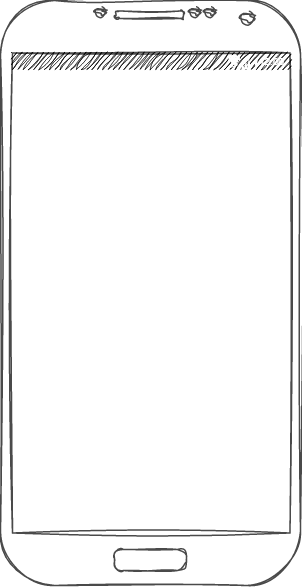
Before: wirefram app your angels garden.png, a diagram exported from draw.io (realpotatobean/appdiagramKMS). Source tidied: cells renumbered, new cells last; positions are measured from the earlier drawing's top-left corner, leaving out a move shared by most shapes.
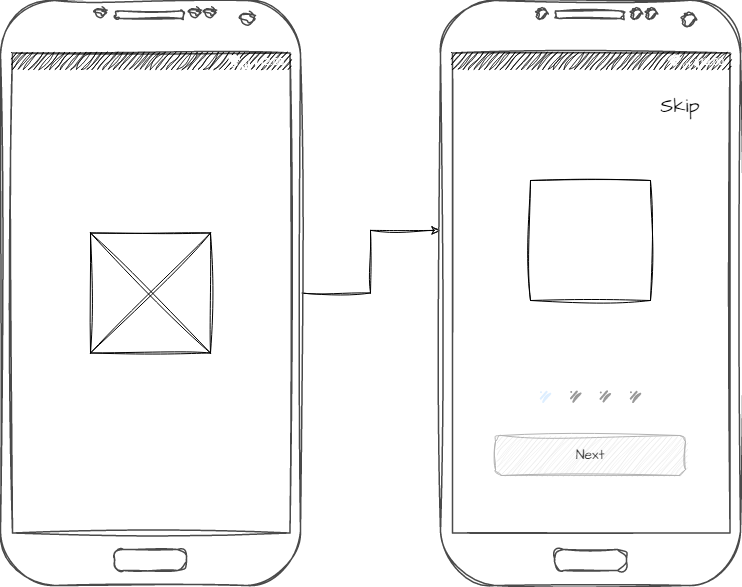
Later version of the same file.

The edit, as a diff of the source:
```diff
@@ -2,11 +2,43 @@
   <root>
     <mxCell id="0" />
     <mxCell id="1" parent="0" />
+    <mxCell id="4" style="edgeStyle=orthogonalEdgeStyle;rounded=0;sketch=1;hachureGap=4;jiggle=2;curveFitting=1;jettySize=auto;html=1;entryX=-0.001;entryY=0.393;entryDx=0;entryDy=0;entryPerimeter=0;fontFamily=Architects Daughter;fontSource=https%3A%2F%2Ffonts.googleapis.com%2Fcss%3Ffamily%3DArchitects%2BDaughter;fontSize=16;" parent="1" edge="1" source="2" target="5">
+      <mxGeometry relative="1" as="geometry" />
+    </mxCell>
     <mxCell id="2" style="verticalLabelPosition=bottom;verticalAlign=top;html=1;shadow=0;dashed=0;strokeWidth=1.5;shape=mxgraph.android.phone2;strokeColor=#4A4A4A;sketch=1;curveFitting=1;jiggle=2;" parent="1" vertex="1">
       <mxGeometry width="300" height="585" as="geometry" />
     </mxCell>
     <mxCell id="3" style="strokeWidth=1;html=1;shadow=0;dashed=0;shape=mxgraph.android.statusBar;align=center;fillColor=#000000;strokeColor=#ffffff;fontColor=#ffffff;fontSize=10;sketch=1;curveFitting=1;jiggle=2;" parent="1" vertex="1">
       <mxGeometry x="11" y="52" width="278" height="15.8" as="geometry" />
     </mxCell>
+    <mxCell id="5" style="verticalLabelPosition=bottom;verticalAlign=top;html=1;shadow=0;dashed=0;strokeWidth=1.5;shape=mxgraph.android.phone2;strokeColor=#4A4A4A;sketch=1;curveFitting=1;jiggle=2;" parent="1" vertex="1">
+      <mxGeometry x="440" width="300" height="585" as="geometry" />
+    </mxCell>
+    <mxCell id="6" style="strokeWidth=1;html=1;shadow=0;dashed=0;shape=mxgraph.android.statusBar;align=center;fillColor=#000000;strokeColor=#ffffff;fontColor=#ffffff;fontSize=10;sketch=1;curveFitting=1;jiggle=2;" parent="1" vertex="1">
+      <mxGeometry x="451" y="52" width="278" height="15.8" as="geometry" />
+    </mxCell>
+    <mxCell id="7" style="whiteSpace=wrap;html=1;sketch=1;hachureGap=4;jiggle=2;curveFitting=1;fontFamily=Architects Daughter;fontSource=https%3A%2F%2Ffonts.googleapis.com%2Fcss%3Ffamily%3DArchitects%2BDaughter;fontSize=20;" parent="1" vertex="1">
+      <mxGeometry x="90" y="232.5" width="120" height="120" as="geometry" />
+    </mxCell>
+    <mxCell id="8" value="Skip" style="text;html=1;strokeColor=none;fillColor=none;align=center;verticalAlign=middle;whiteSpace=wrap;rounded=0;fontSize=20;fontFamily=Architects Daughter;" parent="1" vertex="1">
+      <mxGeometry x="650" y="90" width="60" height="30" as="geometry" />
+    </mxCell>
+    <mxCell id="9" value="&lt;font style=&quot;font-size: 14px;&quot;&gt;Next&lt;/font&gt;" style="rounded=1;html=1;shadow=0;dashed=0;whiteSpace=wrap;fontSize=10;fillColor=#E6E6E6;align=center;strokeColor=#B3B3B3;fontColor=#333333;sketch=1;hachureGap=4;jiggle=2;curveFitting=1;fontFamily=Architects Daughter;fontSource=https%3A%2F%2Ffonts.googleapis.com%2Fcss%3Ffamily%3DArchitects%2BDaughter;" parent="1" vertex="1">
+      <mxGeometry x="495" y="435" width="190" height="40" as="geometry" />
+    </mxCell>
+    <mxCell id="10" style="verticalLabelPosition=bottom;shadow=0;dashed=0;align=center;html=1;verticalAlign=top;strokeWidth=4;shape=mxgraph.mockup.navigation.pageControl;fillColor=#999999;strokeColor=#ddeeff;sketch=1;hachureGap=4;jiggle=2;curveFitting=1;fontFamily=Architects Daughter;fontSource=https%3A%2F%2Ffonts.googleapis.com%2Fcss%3Ffamily%3DArchitects%2BDaughter;fontSize=20;" parent="1" vertex="1">
+      <mxGeometry x="540" y="382" width="100" height="30" as="geometry" />
+    </mxCell>
+    <mxCell id="11" style="whiteSpace=wrap;html=1;sketch=1;hachureGap=4;jiggle=2;curveFitting=1;fontFamily=Architects Daughter;fontSource=https%3A%2F%2Ffonts.googleapis.com%2Fcss%3Ffamily%3DArchitects%2BDaughter;fontSize=20;" parent="1" vertex="1">
+      <mxGeometry x="530" y="180" width="120" height="120" as="geometry" />
+    </mxCell>
+    <mxCell id="12" style="endArrow=none;html=1;rounded=0;sketch=1;hachureGap=4;jiggle=2;curveFitting=1;fontFamily=Architects Daughter;fontSource=https%3A%2F%2Ffonts.googleapis.com%2Fcss%3Ffamily%3DArchitects%2BDaughter;fontSize=16;entryX=1;entryY=0;entryDx=0;entryDy=0;" parent="1" edge="1" target="7">
+      <mxGeometry relative="1" as="geometry">
+        <mxPoint x="90" y="352.5" as="sourcePoint" />
+      </mxGeometry>
+    </mxCell>
+    <mxCell id="13" style="endArrow=none;html=1;rounded=0;sketch=1;hachureGap=4;jiggle=2;curveFitting=1;fontFamily=Architects Daughter;fontSource=https%3A%2F%2Ffonts.googleapis.com%2Fcss%3Ffamily%3DArchitects%2BDaughter;fontSize=16;entryX=1;entryY=1;entryDx=0;entryDy=0;exitX=0;exitY=0;exitDx=0;exitDy=0;" parent="1" edge="1" source="7" target="7">
+      <mxGeometry relative="1" as="geometry" />
+    </mxCell>
   </root>
 </mxGraphModel>
```
